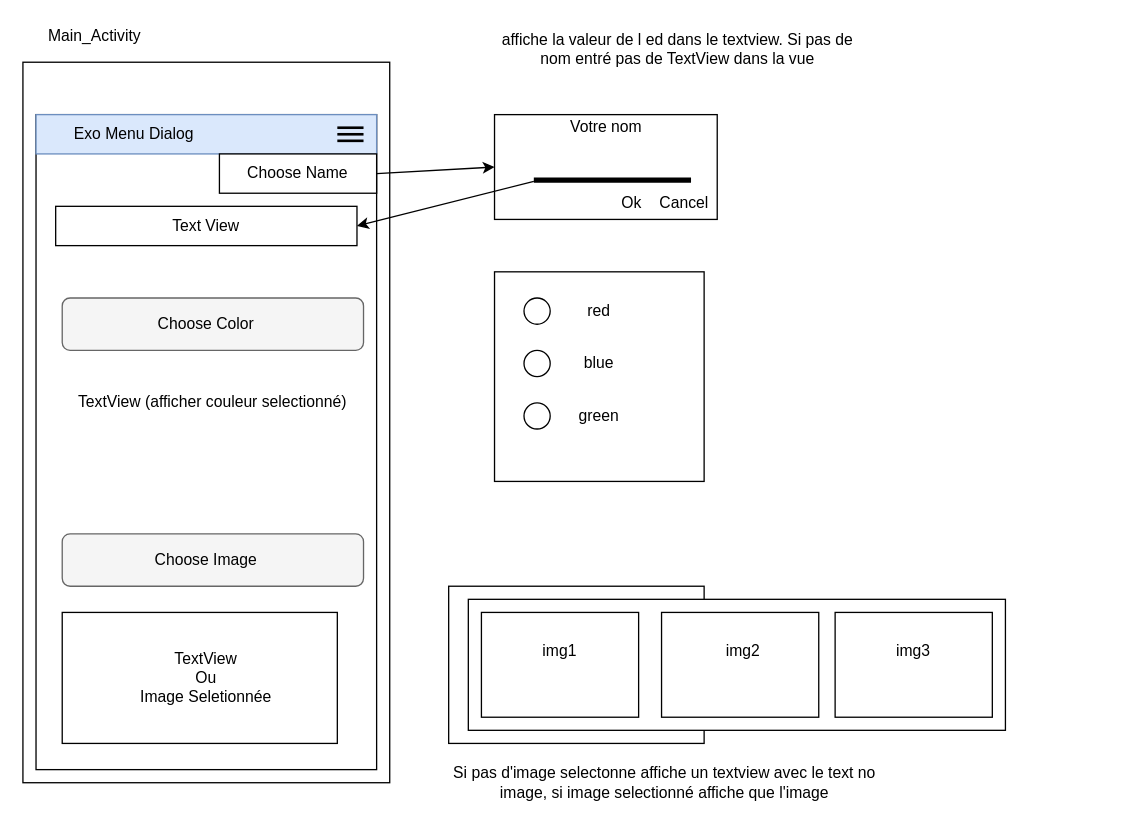
The draw.io diagram exo_en_classe_sujet/05-menu-alert-dialog/exo_menu_alert.drawio in arseneRuben/androidLearning, before the edit. Source tidied: cells renumbered, new cells numbered last; positions are measured from the earlier drawing's top-left corner, leaving out a move shared by most shapes. Both pictures are drawn from the tidied source at 131%, with x=0, y=0 at pixel (22, 22).
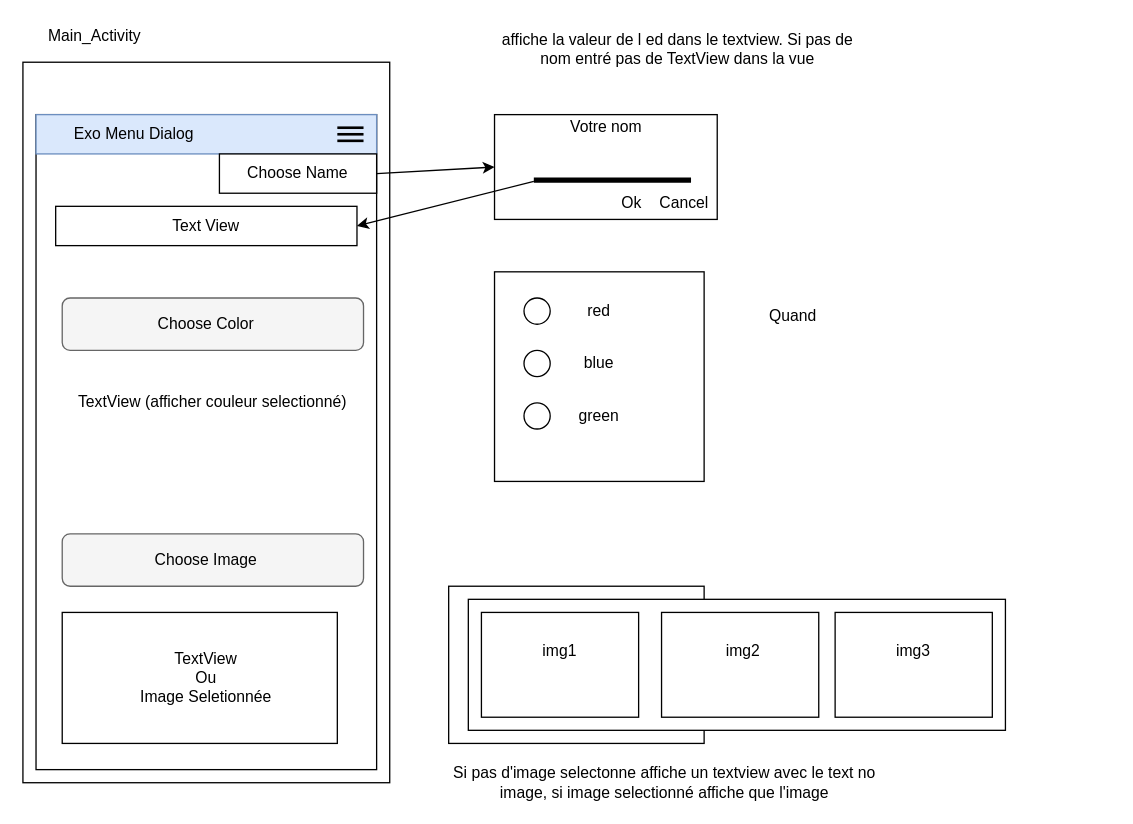
The same diagram, later.

The edit, as a diff of the source:
```diff
@@
+    <mxCell id="45" value="Quand" style="text;html=1;strokeColor=none;fillColor=none;align=left;verticalAlign=top;whiteSpace=wrap;rounded=0;" parent="1" vertex="1">
+      <mxGeometry x="567.5" y="210" width="262.5" height="90" as="geometry" />
+    </mxCell>
```
